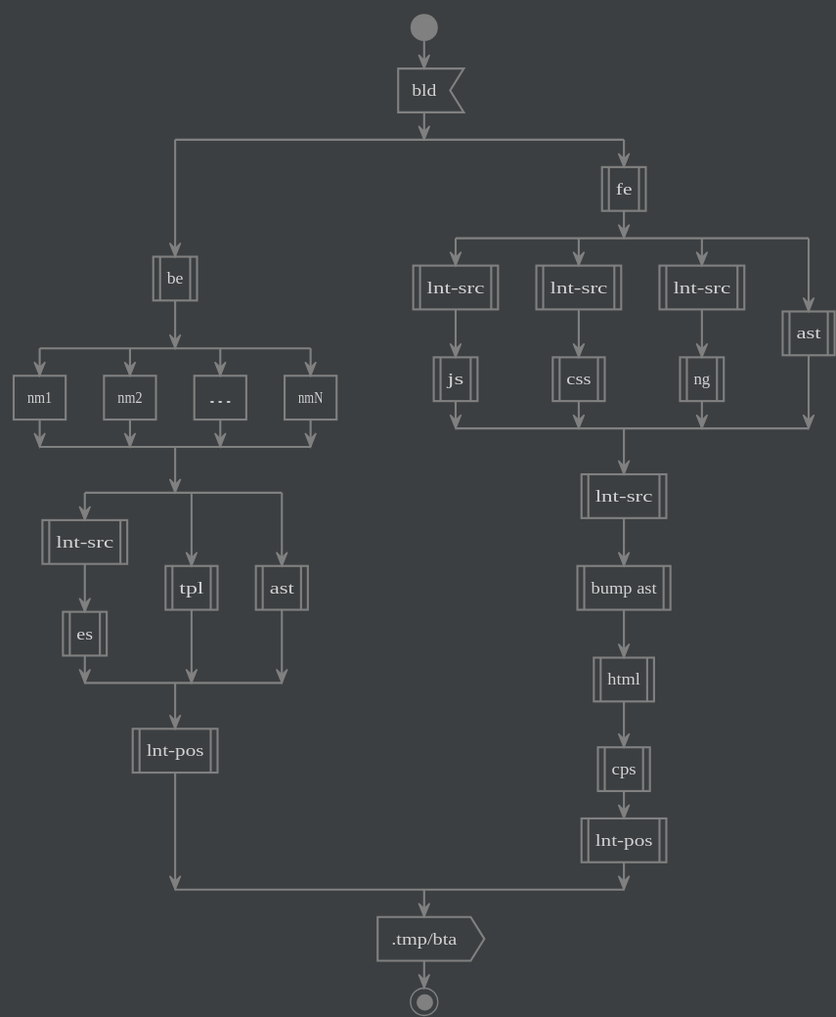
Earlier version of the PlantUML export eng/mdl/uml/bdr/atf/bta.svg (bondden/esf-bdr). Its source is kept beside it as eng/mdl/uml/bdr/scn/bta.puml.
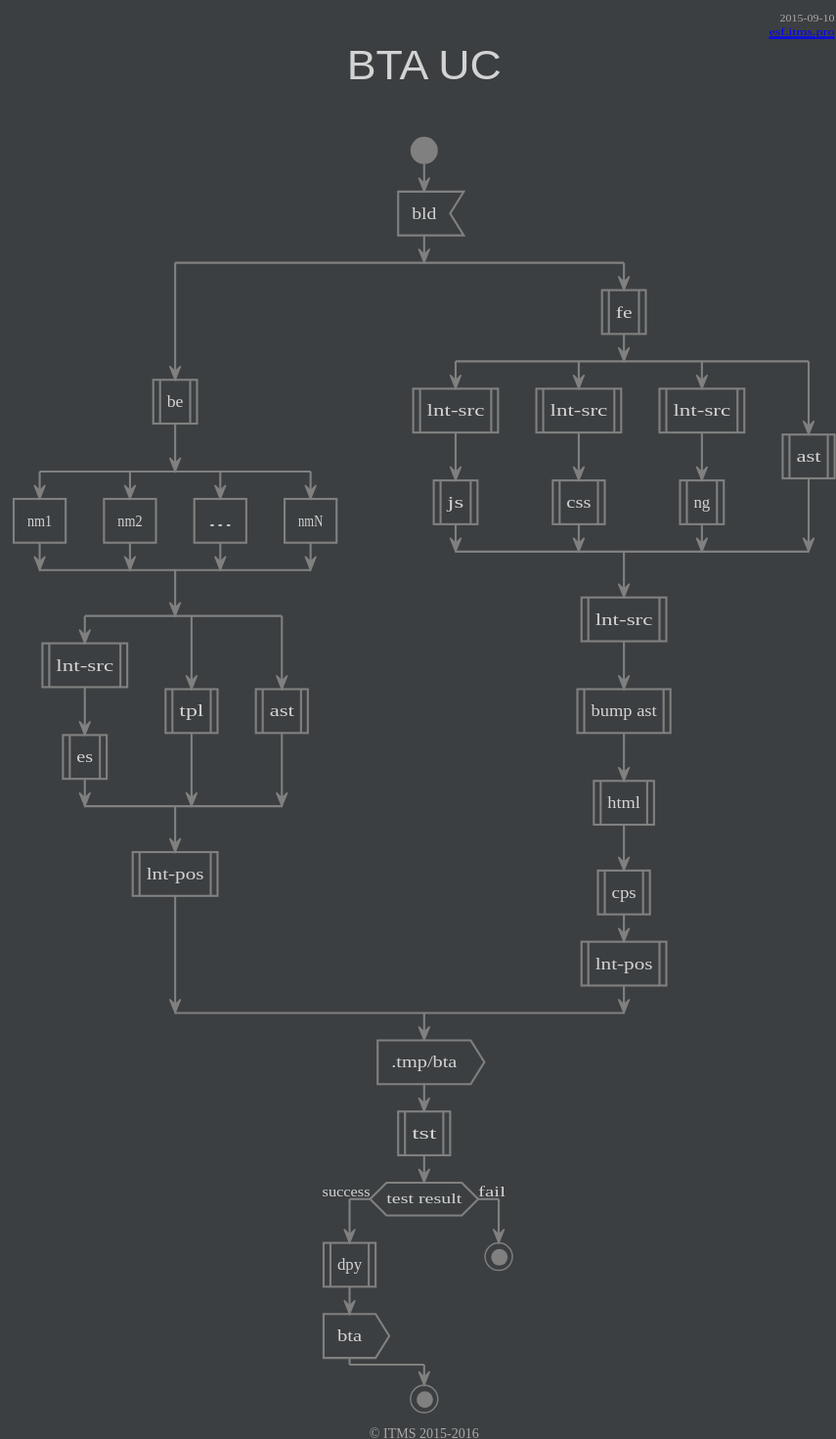
The same file after the commit.

Diff of the diagram source:
```diff
@@ -3,6 +3,18 @@
 !ifndef BDR_SCN_THM
   !include thm.puml
 !endif
+
+header
+2015-09-10
+[[https://esf.itms.pro esf.itms.pro]]
+end header
+
+footer
+
+© ITMS 2015-2016
+end footer
+
+title BTA UC\n
 
 start
 
@@ -59,6 +71,21 @@
 
 :.tmp/bta>
 
+:tst|
+
+if (test result) then (success)
+
+:dpy|
+:bta>
+
+else (fail)
+
+  stop
+
+endif
+
+
+
 stop
 
 @enduml
```
